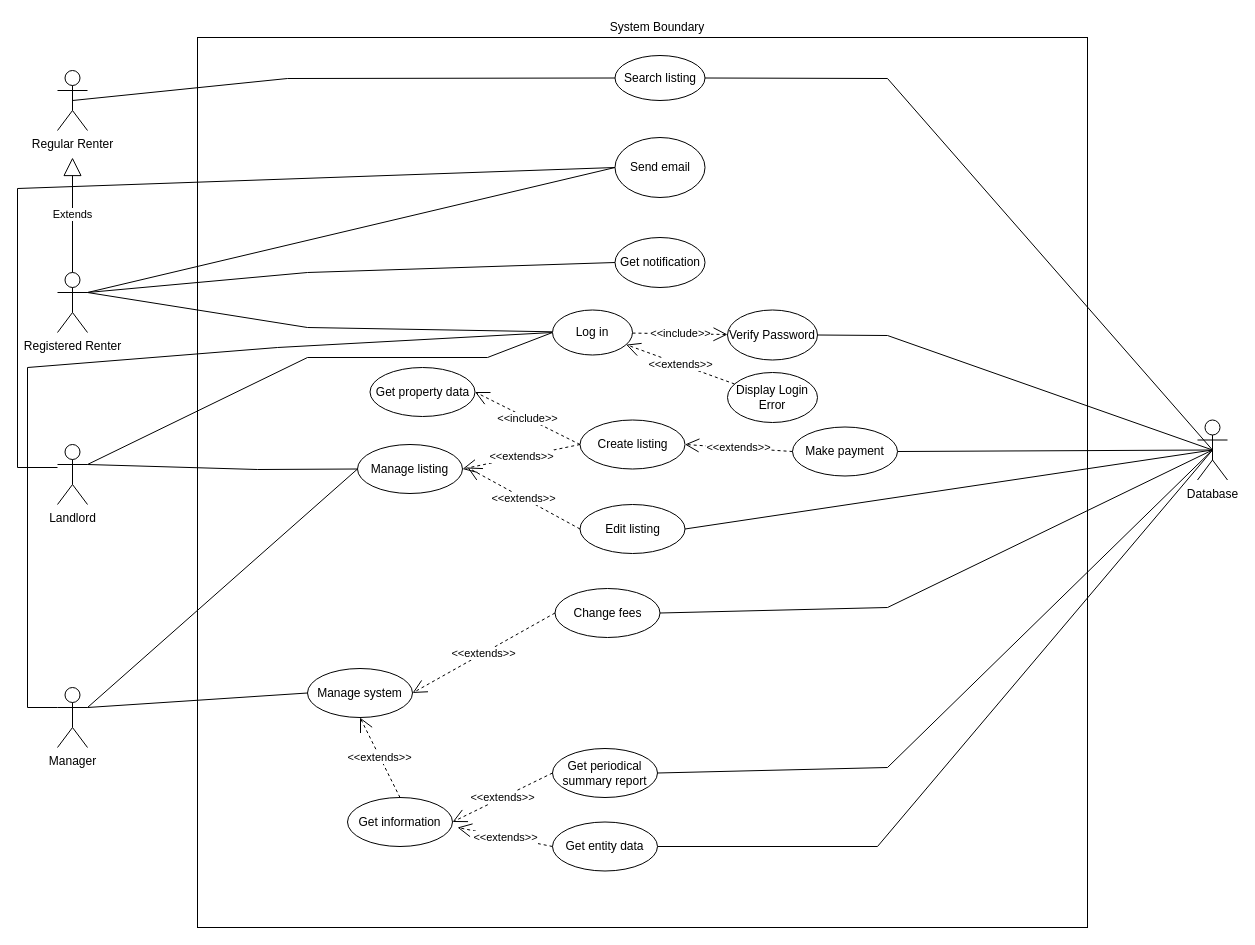
Before: ENSF480FinalProjectUseCaseDiagram.drawio in ryan-holt/ENSF480FinalProject, a draw.io diagram. Source tidied: cells renumbered, new cells numbered last; positions are measured from the earlier drawing's top-left corner, leaving out a move shared by most shapes. Both pictures are drawn from the tidied source at 100%, with x=0, y=0 at pixel (17, 17).
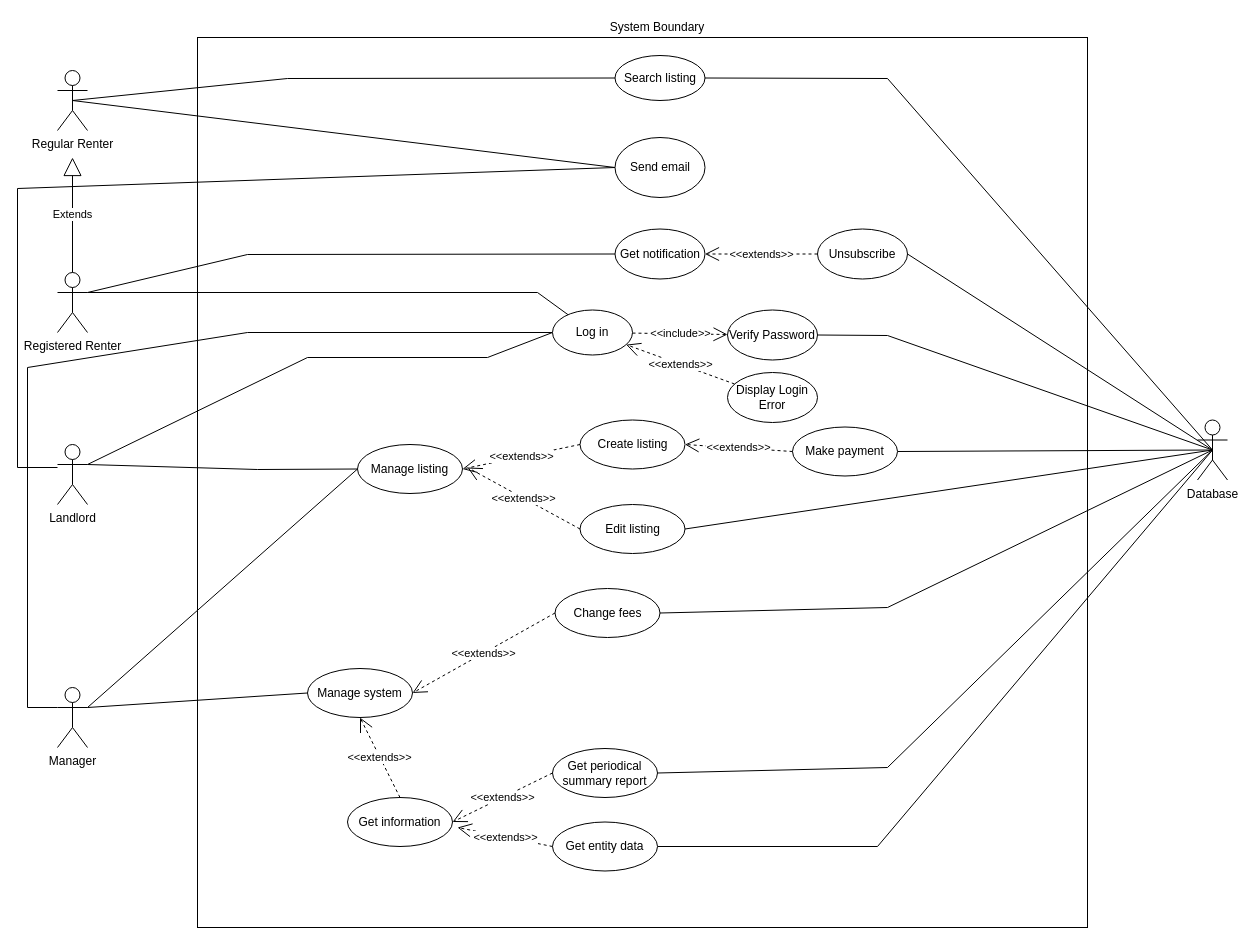
The same page after the edit.

Commit message:
added unsubscribe case

The change refers to these unchanged cells:
```xml
<mxCell id="4" value="Regular Renter" style="shape=umlActor;verticalLabelPosition=bottom;labelBackgroundColor=#ffffff;verticalAlign=top;html=1;outlineConnect=0;" parent="1" vertex="1">
  <mxGeometry x="40" y="53" width="30" height="60" as="geometry" />
</mxCell>
<mxCell id="8" value="Registered Renter&lt;br&gt;" style="shape=umlActor;verticalLabelPosition=bottom;labelBackgroundColor=#ffffff;verticalAlign=top;html=1;outlineConnect=0;" parent="1" vertex="1">
  <mxGeometry x="40" y="255" width="30" height="60" as="geometry" />
</mxCell>
<mxCell id="17" value="Manager" style="shape=umlActor;verticalLabelPosition=bottom;labelBackgroundColor=#ffffff;verticalAlign=top;html=1;outlineConnect=0;" parent="1" vertex="1">
  <mxGeometry x="40" y="670" width="30" height="60" as="geometry" />
</mxCell>
<mxCell id="18" value="Log in" style="ellipse;whiteSpace=wrap;html=1;" parent="1" vertex="1">
  <mxGeometry x="535" y="292.5" width="80" height="45" as="geometry" />
</mxCell>
<mxCell id="22" value="Database" style="shape=umlActor;verticalLabelPosition=bottom;labelBackgroundColor=#ffffff;verticalAlign=top;html=1;" parent="1" vertex="1">
  <mxGeometry x="1180" y="402.5" width="30" height="60" as="geometry" />
</mxCell>
<mxCell id="29" value="Create listing" style="ellipse;whiteSpace=wrap;html=1;" parent="1" vertex="1">
  <mxGeometry x="562.5" y="402.5" width="105" height="49" as="geometry" />
</mxCell>
<mxCell id="48" value="Send email" style="ellipse;whiteSpace=wrap;html=1;" parent="1" vertex="1">
  <mxGeometry x="597.5" y="120" width="90" height="60" as="geometry" />
</mxCell>
```

What changed in the source:
```diff
@@
     <mxCell id="5" style="rounded=0;jettySize=auto;html=1;exitX=1;exitY=0.3333333333333333;exitDx=0;exitDy=0;exitPerimeter=0;endArrow=none;endFill=0;" parent="1" edge="1" source="8" target="18">
       <mxGeometry relative="1" as="geometry">
         <Array as="points">
-          <mxPoint x="290" y="310" />
+          <mxPoint x="520" y="275" />
         </Array>
       </mxGeometry>
     </mxCell>
     <mxCell id="6" style="edgeStyle=none;rounded=0;jettySize=auto;html=1;exitX=1;exitY=0.3333333333333333;exitDx=0;exitDy=0;exitPerimeter=0;entryX=0;entryY=0.5;entryDx=0;entryDy=0;endArrow=none;endFill=0;" parent="1" edge="1" source="8" target="27">
       <mxGeometry relative="1" as="geometry">
         <Array as="points">
-          <mxPoint x="290" y="255" />
+          <mxPoint x="230" y="237" />
         </Array>
       </mxGeometry>
     </mxCell>
-    <mxCell id="7" style="rounded=0;jettySize=auto;html=1;exitX=1;exitY=0.3333333333333333;exitDx=0;exitDy=0;exitPerimeter=0;entryX=0;entryY=0.5;entryDx=0;entryDy=0;endArrow=none;endFill=0;" parent="1" edge="1" source="8" target="48">
+    <mxCell id="7" style="rounded=0;jettySize=auto;html=1;exitX=0.5;exitY=0.5;exitDx=0;exitDy=0;exitPerimeter=0;entryX=0;entryY=0.5;entryDx=0;entryDy=0;endArrow=none;endFill=0;" parent="1" edge="1" source="4" target="48">
       <mxGeometry relative="1" as="geometry" />
     </mxCell>
@@
     <mxCell id="14" style="edgeStyle=none;rounded=0;jettySize=auto;html=1;exitX=0;exitY=0.3333333333333333;exitDx=0;exitDy=0;exitPerimeter=0;entryX=0;entryY=0.5;entryDx=0;entryDy=0;endArrow=none;endFill=0;" parent="1" edge="1" source="17" target="18">
       <mxGeometry relative="1" as="geometry">
         <Array as="points">
           <mxPoint x="10" y="690" />
           <mxPoint x="10" y="350" />
-          <mxPoint x="260" y="330" />
+          <mxPoint x="230" y="315" />
         </Array>
       </mxGeometry>
     </mxCell>
@@
     <mxCell id="27" value="Get notification" style="ellipse;whiteSpace=wrap;html=1;" parent="1" vertex="1">
-      <mxGeometry x="597.5" y="220" width="90" height="50" as="geometry" />
+      <mxGeometry x="597.5" y="211.5" width="90" height="50" as="geometry" />
     </mxCell>
@@
-    <mxCell id="45" value="Get property data" style="ellipse;whiteSpace=wrap;html=1;" parent="1" vertex="1">
-      <mxGeometry x="352.5" y="350" width="105" height="49" as="geometry" />
-    </mxCell>
-    <mxCell id="46" value="&amp;lt;&amp;lt;include&amp;gt;&amp;gt;" style="endArrow=open;endSize=12;dashed=1;html=1;entryX=1;entryY=0.5;entryDx=0;entryDy=0;exitX=0;exitY=0.5;exitDx=0;exitDy=0;" parent="1" edge="1" source="29" target="45">
-      <mxGeometry relative="1" as="geometry" />
-    </mxCell>
@@
+    <mxCell id="53" style="rounded=0;jettySize=auto;html=1;exitX=1;exitY=0.5;exitDx=0;exitDy=0;entryX=0.5;entryY=0.5;entryDx=0;entryDy=0;entryPerimeter=0;endArrow=none;endFill=0;" parent="1" edge="1" source="54" target="22">
+      <mxGeometry relative="1" as="geometry" />
+    </mxCell>
+    <mxCell id="54" value="Unsubscribe" style="ellipse;whiteSpace=wrap;html=1;" parent="1" vertex="1">
+      <mxGeometry x="800" y="211.5" width="90" height="50" as="geometry" />
+    </mxCell>
+    <mxCell id="55" value="&amp;lt;&amp;lt;extends&amp;gt;&amp;gt;" style="endArrow=open;endSize=12;dashed=1;html=1;exitX=0;exitY=0.5;exitDx=0;exitDy=0;entryX=1;entryY=0.5;entryDx=0;entryDy=0;" parent="1" edge="1" source="54" target="27">
+      <mxGeometry relative="1" as="geometry" />
+    </mxCell>
```
